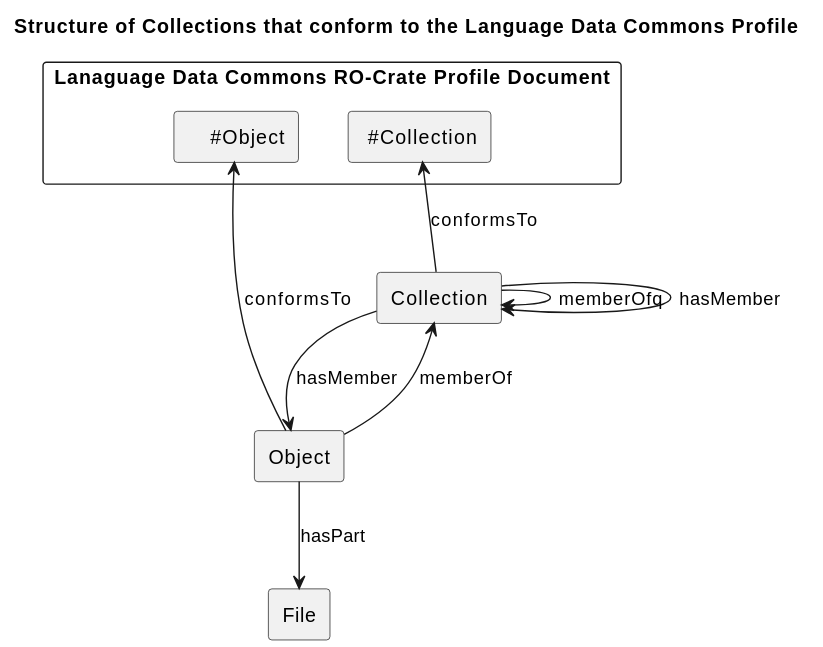
Before: profile/media/structure.svg, a diagram exported from PlantUML (Language-Research-Technology/ldac-profile).
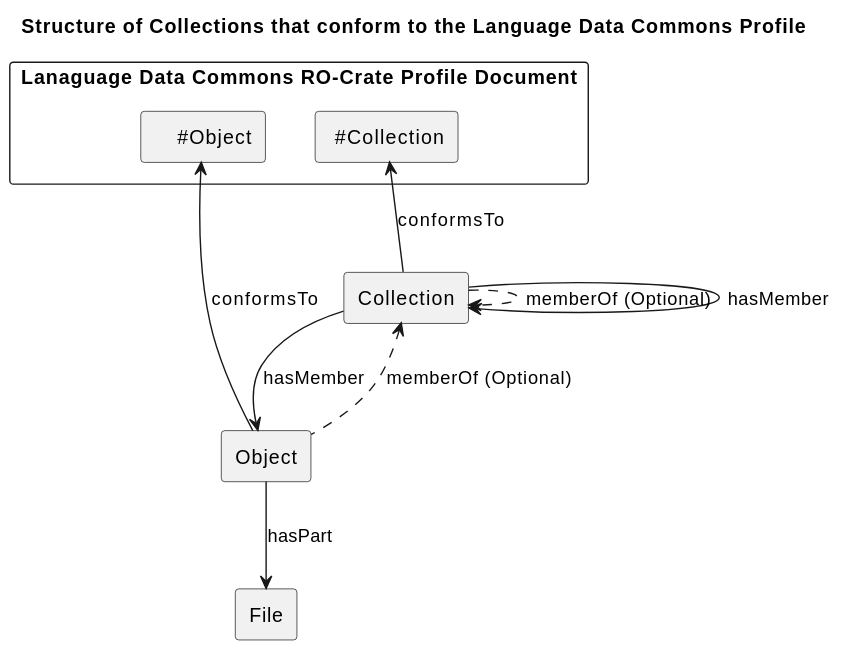
The same file after the commit.

The edit, as a diff of the source:
```diff
@@ -14,11 +14,11 @@
 rectangle "File" as file {
 }
 coll -----> coll : hasMember
-coll -> coll : memberOfq
+coll .> coll : memberOf (Optional)
 
 
 coll -down-> obj : hasMember
-obj -up-> coll : memberOf
+obj .up.> coll : memberOf (Optional)
 coll -up-> procoll : conformsTo
 obj -right-> proobj : conformsTo
 obj -down-> file : hasPart
```
